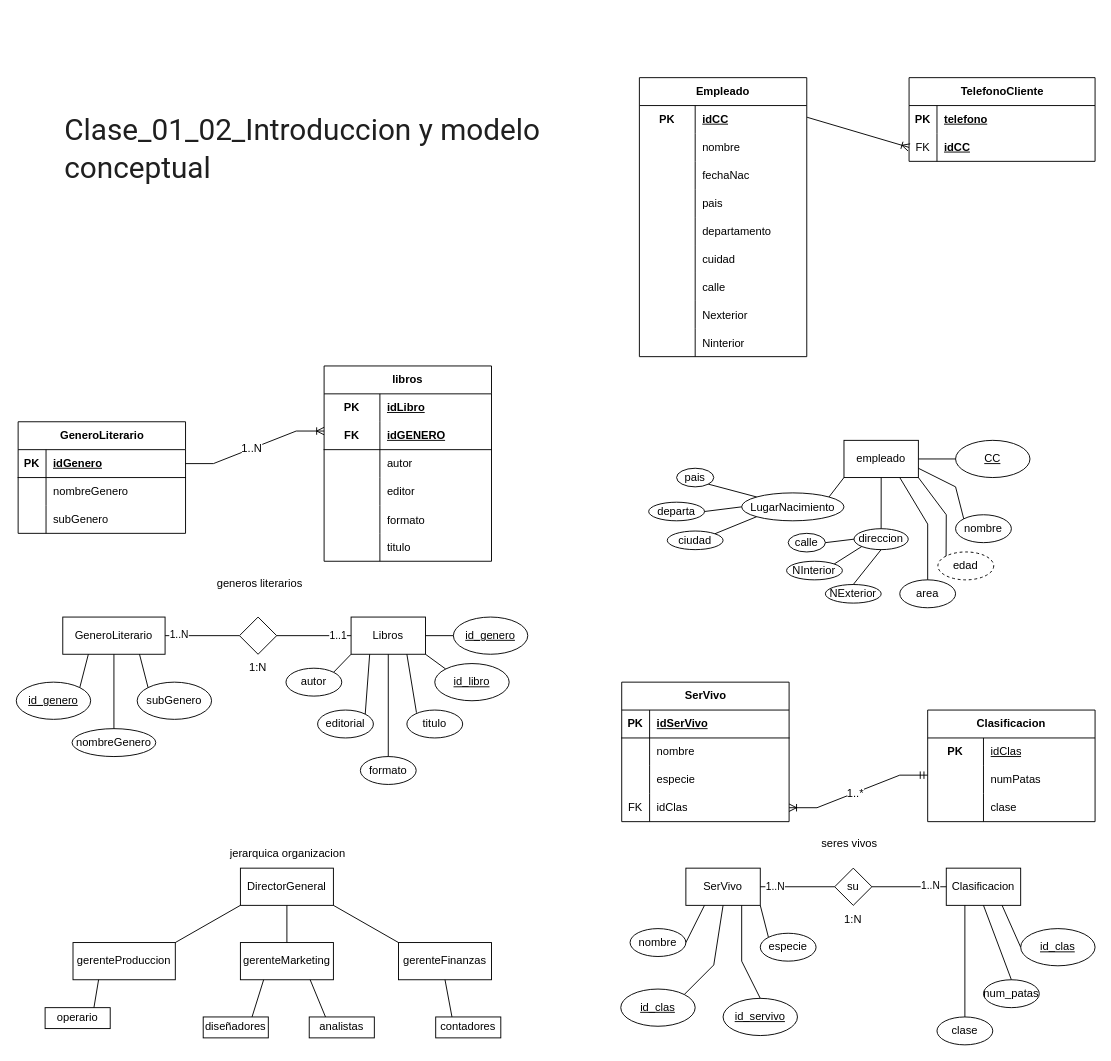
Above: page "Clase_01_02" (1 of 6) of Programacion-Software/data-base/Diagrama sin título.drawio in JDFrontEnd/programacion-software-sena (draw.io), before the change. Source tidied: cells renumbered, new cells numbered last; positions are measured from the earlier drawing's top-left corner, leaving out a move shared by most shapes. Both pictures are drawn from the tidied source at 93%, with x=0, y=0 at pixel (16, 77).
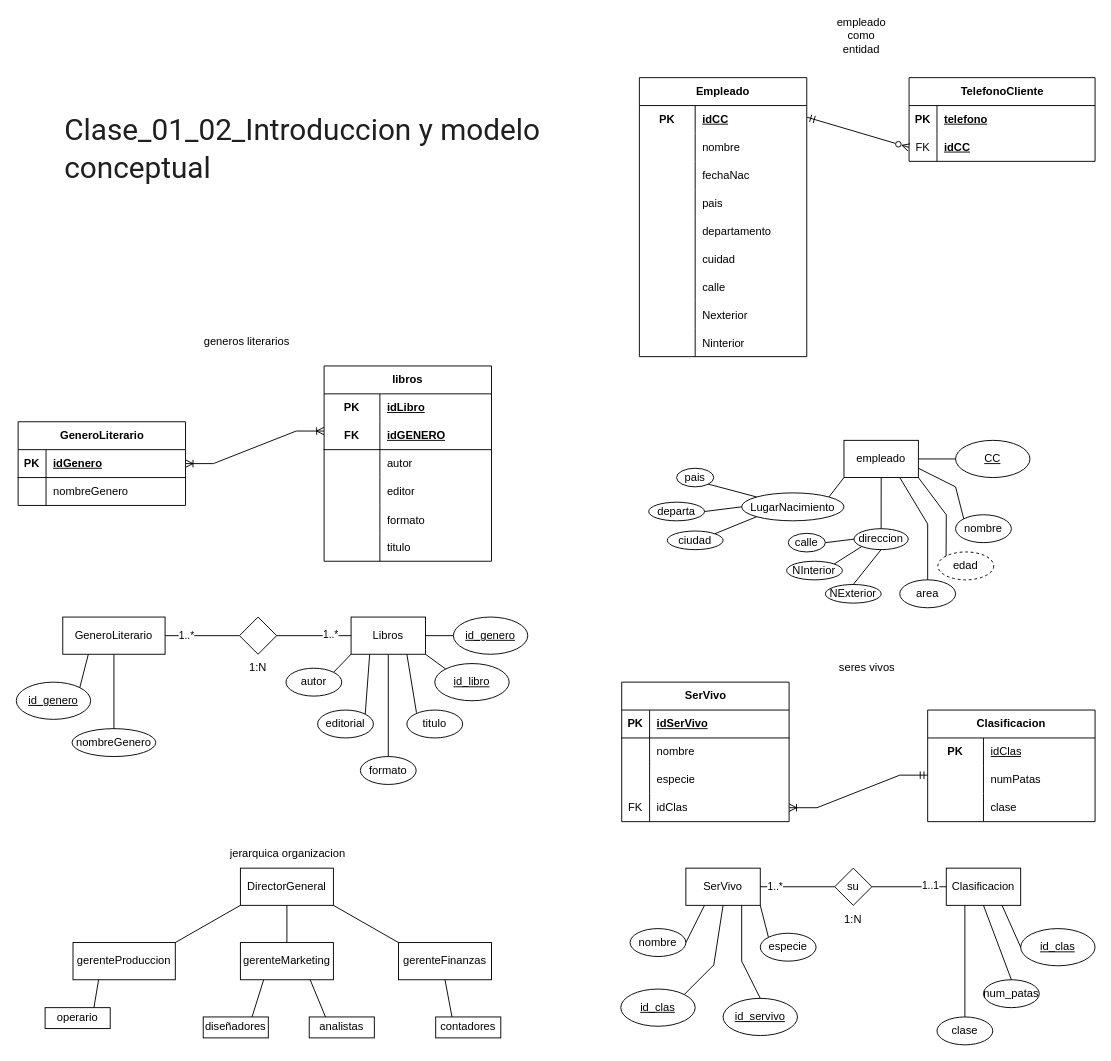
Above is the later version.

Unchanged cells that the change refers to:
```xml
<mxCell id="2" value="Genero&lt;span style=&quot;background-color: transparent; color: light-dark(#000000, var(--ge-light-color, #ffffff));&quot;&gt;Literario&lt;/span&gt;" style="whiteSpace=wrap;html=1;align=center;" parent="1" vertex="1">
  <mxGeometry x="50" y="580" width="110" height="40" as="geometry" />
</mxCell>
<mxCell id="3" value="Libros" style="whiteSpace=wrap;html=1;align=center;" parent="1" vertex="1">
  <mxGeometry x="360" y="580" width="80" height="40" as="geometry" />
</mxCell>
<mxCell id="6" style="endArrow=none;html=1;rounded=0;defaultLabelBackgroundColor=page;exitX=1;exitY=0.5;exitDx=0;exitDy=0;entryX=0;entryY=0.5;entryDx=0;entryDy=0;" parent="1" edge="1" source="2" target="8">
  <mxGeometry relative="1" as="geometry" />
</mxCell>
<mxCell id="8" style="rhombus;whiteSpace=wrap;html=1;shapeInside=1;" parent="1" vertex="1">
  <mxGeometry x="240" y="580" width="40" height="40" as="geometry" />
</mxCell>
<mxCell id="29" style="shape=tableRow;horizontal=0;startSize=0;swimlaneHead=0;swimlaneBody=0;fillColor=none;points=[[0,0.5],[1,0.5]];portConstraint=eastwest;top=0;left=0;right=0;bottom=1;" parent="28" vertex="1">
  <mxGeometry y="30" width="180" height="30" as="geometry" />
</mxCell>
<mxCell id="42" style="shape=tableRow;horizontal=0;startSize=0;swimlaneHead=0;swimlaneBody=0;fillColor=none;points=[[0,0.5],[1,0.5]];portConstraint=eastwest;top=0;left=0;right=0;bottom=1;html=1;" parent="38" vertex="1">
  <mxGeometry y="60" width="180" height="30" as="geometry" />
</mxCell>
<mxCell id="79" style="endArrow=none;html=1;rounded=0;defaultLabelBackgroundColor=page;exitX=1;exitY=0.5;exitDx=0;exitDy=0;entryX=0;entryY=0.5;entryDx=0;entryDy=0;" parent="1" edge="1" source="75" target="81">
  <mxGeometry relative="1" as="geometry" />
</mxCell>
<mxCell id="82" style="endArrow=none;html=1;rounded=0;defaultLabelBackgroundColor=page;exitX=1;exitY=0.5;exitDx=0;exitDy=0;entryX=0;entryY=0.5;entryDx=0;entryDy=0;" parent="1" edge="1" source="81" target="76">
  <mxGeometry relative="1" as="geometry" />
</mxCell>
<mxCell id="120" style="edgeStyle=entityRelationEdgeStyle;fontSize=12;html=1;endArrow=ERmandOne;rounded=0;defaultLabelBackgroundColor=page;entryX=0;entryY=0.333;entryDx=0;entryDy=0;entryPerimeter=0;exitX=1;exitY=0.5;exitDx=0;exitDy=0;endFill=0;startArrow=ERoneToMany;startFill=0;" parent="1" edge="1" source="107">
  <mxGeometry x="0.02" relative="1" as="geometry">
    <mxPoint x="980" y="750" as="targetPoint" />
  </mxGeometry>
</mxCell>
<mxCell id="148" style="shape=tableRow;horizontal=0;startSize=0;swimlaneHead=0;swimlaneBody=0;fillColor=none;points=[[0,0.5],[1,0.5]];portConstraint=eastwest;top=0;left=0;right=0;bottom=0;html=1;strokeWidth=9;strokeColor=inherit;" parent="147" vertex="1">
  <mxGeometry y="30" width="180" height="30" as="geometry" />
</mxCell>
<mxCell id="179" style="shape=tableRow;horizontal=0;startSize=0;swimlaneHead=0;swimlaneBody=0;fillColor=none;points=[[0,0.5],[1,0.5]];portConstraint=eastwest;top=0;left=0;right=0;bottom=0;" parent="175" vertex="1">
  <mxGeometry y="60" width="200" height="30" as="geometry" />
</mxCell>
```

The edit, as a diff of the source:
```diff
@@
-    <mxCell id="7" value="1..N" style="edgeLabel;html=1;align=center;verticalAlign=middle;inheritText=1;defaultLabelBackgroundColor=page;" parent="6" vertex="1">
-      <mxGeometry x="-0.72" relative="1" as="geometry">
-        <mxPoint x="3" y="-2" as="offset" />
-      </mxGeometry>
-    </mxCell>
+    <mxCell id="186" value="1..*" style="edgeLabel;html=1;align=center;verticalAlign=middle;inheritText=1;defaultLabelBackgroundColor=page;" parent="6" vertex="1">
+      <mxGeometry x="-0.44" y="1" relative="1" as="geometry" />
+    </mxCell>
@@
     <mxCell id="9" style="endArrow=none;html=1;rounded=0;defaultLabelBackgroundColor=page;exitX=1;exitY=0.5;exitDx=0;exitDy=0;entryX=0;entryY=0.5;entryDx=0;entryDy=0;" parent="1" edge="1" source="8" target="3">
-      <mxGeometry relative="1" as="geometry" />
+      <mxGeometry relative="1" as="geometry">
+        <Array as="points">
+          <mxPoint x="340" y="600" />
+        </Array>
+      </mxGeometry>
     </mxCell>
-    <mxCell id="10" value="1..1" style="edgeLabel;html=1;align=center;verticalAlign=middle;inheritText=1;defaultLabelBackgroundColor=page;" parent="9" vertex="1">
-      <mxGeometry x="0.7" relative="1" as="geometry">
-        <mxPoint x="-3" y="-1" as="offset" />
-      </mxGeometry>
-    </mxCell>
+    <mxCell id="187" value="1..*" style="edgeLabel;html=1;align=center;verticalAlign=middle;inheritText=1;defaultLabelBackgroundColor=page;" parent="9" vertex="1">
+      <mxGeometry x="0.42" relative="1" as="geometry">
+        <mxPoint y="-2" as="offset" />
+      </mxGeometry>
+    </mxCell>
@@
-    <mxCell id="12" value="subGenero" style="ellipse;whiteSpace=wrap;html=1;align=center;" parent="1" vertex="1">
-      <mxGeometry x="130" y="650" width="80" height="40" as="geometry" />
-    </mxCell>
@@
-    <mxCell id="18" style="endArrow=none;html=1;rounded=0;defaultLabelBackgroundColor=page;entryX=0.75;entryY=1;entryDx=0;entryDy=0;exitX=0;exitY=0;exitDx=0;exitDy=0;" parent="1" edge="1" source="12" target="2">
-      <mxGeometry relative="1" as="geometry" />
-    </mxCell>
@@
     <mxCell id="27" value="generos literarios" style="text;strokeColor=none;fillColor=none;spacingLeft=4;spacingRight=4;overflow=hidden;fontSize=12;whiteSpace=wrap;html=1;" parent="1" vertex="1">
-      <mxGeometry x="210" y="530" width="135" height="30" as="geometry" />
+      <mxGeometry x="196" y="270" width="135" height="30" as="geometry" />
     </mxCell>
     <mxCell id="28" value="GeneroLiterario" style="shape=table;startSize=30;childLayout=tableLayout;rowLines=0;fontStyle=1;align=center;html=1;" parent="1" vertex="1">
-      <mxGeometry x="2" y="370" width="180" height="120" as="geometry" />
+      <mxGeometry x="2" y="370" width="180" height="90" as="geometry" />
     </mxCell>
@@
-    <mxCell id="35" style="shape=tableRow;horizontal=0;startSize=0;swimlaneHead=0;swimlaneBody=0;fillColor=none;top=0;left=0;right=0;bottom=0;" parent="28" vertex="1">
-      <mxGeometry y="90" width="180" height="30" as="geometry" />
-    </mxCell>
-    <mxCell id="36" style="shape=partialRectangle;fillColor=none;top=0;left=0;bottom=0;right=0;overflow=hidden;whiteSpace=wrap;html=1;" parent="35" vertex="1">
-      <mxGeometry width="30" height="30" as="geometry" />
-    </mxCell>
-    <mxCell id="37" value="subGenero" style="shape=partialRectangle;fillColor=none;top=0;left=0;bottom=0;right=0;align=left;spacingLeft=6;overflow=hidden;whiteSpace=wrap;html=1;" parent="35" vertex="1">
-      <mxGeometry x="30" width="150" height="30" as="geometry" />
-    </mxCell>
@@
-    <mxCell id="57" style="edgeStyle=entityRelationEdgeStyle;fontSize=12;html=1;endArrow=ERoneToMany;rounded=0;defaultLabelBackgroundColor=page;entryX=0;entryY=0.333;entryDx=0;entryDy=0;entryPerimeter=0;exitX=1;exitY=0.5;exitDx=0;exitDy=0;startArrow=none;startFill=0;" parent="1" edge="1" source="29" target="42">
+    <mxCell id="57" style="edgeStyle=entityRelationEdgeStyle;fontSize=12;html=1;endArrow=ERoneToMany;rounded=0;defaultLabelBackgroundColor=page;entryX=0;entryY=0.333;entryDx=0;entryDy=0;entryPerimeter=0;exitX=1;exitY=0.5;exitDx=0;exitDy=0;startArrow=ERoneToMany;startFill=0;endFill=0;" parent="1" edge="1" source="29" target="42">
       <mxGeometry x="0.02" relative="1" as="geometry" />
     </mxCell>
-    <mxCell id="58" value="1..N" style="edgeLabel;html=1;align=center;verticalAlign=middle;inheritText=1;fontSize=12;defaultLabelBackgroundColor=page;" parent="57" vertex="1">
-      <mxGeometry x="-0.06" relative="1" as="geometry">
-        <mxPoint y="-1" as="offset" />
-      </mxGeometry>
-    </mxCell>
@@
-    <mxCell id="80" value="1..N" style="edgeLabel;html=1;align=center;verticalAlign=middle;inheritText=1;defaultLabelBackgroundColor=page;" parent="79" vertex="1">
+    <mxCell id="80" value="1..*" style="edgeLabel;html=1;align=center;verticalAlign=middle;inheritText=1;defaultLabelBackgroundColor=page;" parent="79" vertex="1">
       <mxGeometry x="-0.72" relative="1" as="geometry">
         <mxPoint x="4" y="-1" as="offset" />
       </mxGeometry>
     </mxCell>
@@
-    <mxCell id="83" value="1..N" style="edgeLabel;html=1;align=center;verticalAlign=middle;inheritText=1;defaultLabelBackgroundColor=page;" parent="82" vertex="1">
+    <mxCell id="83" value="1..1" style="edgeLabel;html=1;align=center;verticalAlign=middle;inheritText=1;defaultLabelBackgroundColor=page;" parent="82" vertex="1">
       <mxGeometry x="0.7" relative="1" as="geometry">
         <mxPoint x="-6" y="-2" as="offset" />
       </mxGeometry>
     </mxCell>
@@
     <mxCell id="96" value="seres vivos" style="text;strokeColor=none;fillColor=none;spacingLeft=4;spacingRight=4;overflow=hidden;fontSize=12;whiteSpace=wrap;html=1;" parent="1" vertex="1">
-      <mxGeometry x="860" y="810" width="80" height="30" as="geometry" />
+      <mxGeometry x="879.2" y="620" width="80" height="30" as="geometry" />
     </mxCell>
@@
-    <mxCell id="121" value="1..*" style="edgeLabel;html=1;align=center;verticalAlign=middle;inheritText=1;fontSize=12;defaultLabelBackgroundColor=page;" parent="120" vertex="1">
-      <mxGeometry x="-0.06" relative="1" as="geometry" />
-    </mxCell>
@@
-    <mxCell id="182" style="endArrow=ERoneToMany;html=1;rounded=0;defaultLabelBackgroundColor=page;entryX=0;entryY=0.5;entryDx=0;entryDy=0;exitX=1.002;exitY=0.42;exitDx=0;exitDy=0;exitPerimeter=0;endFill=0;" parent="1" edge="1" source="148" target="179">
+    <mxCell id="182" style="endArrow=ERzeroToMany;html=1;rounded=0;defaultLabelBackgroundColor=page;entryX=0;entryY=0.5;entryDx=0;entryDy=0;exitX=1.002;exitY=0.42;exitDx=0;exitDy=0;exitPerimeter=0;endFill=0;startArrow=ERmandOne;startFill=0;" parent="1" edge="1" source="148" target="179">
       <mxGeometry relative="1" as="geometry" />
     </mxCell>
@@
+    <mxCell id="188" value="empleado como entidad" style="text;html=1;whiteSpace=wrap;strokeColor=none;fillColor=none;align=center;verticalAlign=middle;rounded=0;" parent="1" vertex="1">
+      <mxGeometry x="879.2" y="-60" width="60" height="30" as="geometry" />
+    </mxCell>
```
